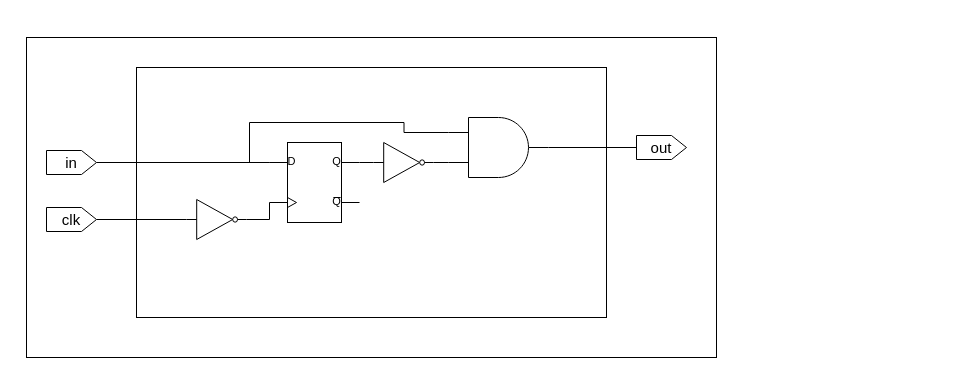
Before: page "RisingEdgeDetector" (10 of 10) of Uart.drawio in FlavioRenzi/UART_Project, a draw.io diagram. Source tidied: cells renumbered, new cells numbered last; positions are measured from the earlier drawing's top-left corner, leaving out a move shared by most shapes. Both pictures are drawn from the tidied source at 100%, with x=0, y=0 at pixel (26, 37).
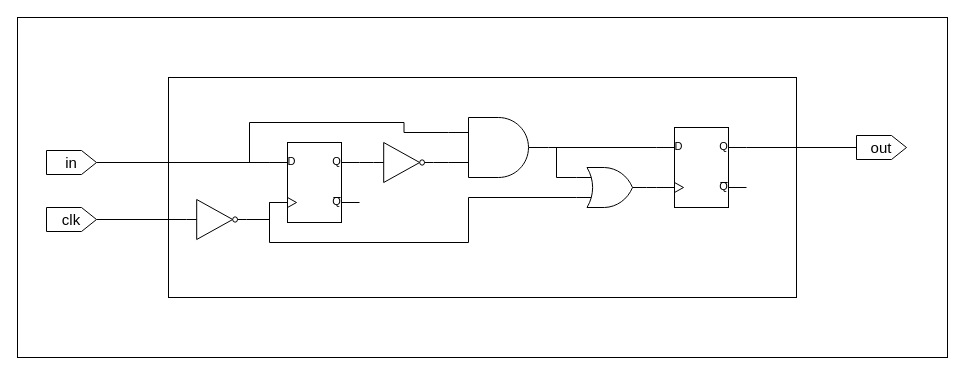
The same page after the edit.

Unchanged cells that the change refers to:
```xml
<mxCell id="3" style="verticalLabelPosition=bottom;shadow=0;dashed=0;align=center;html=1;verticalAlign=top;shape=mxgraph.electrical.logic_gates.d_type_flip-flop;fillColor=#ffffff;fontSize=17;" parent="1" vertex="1">
  <mxGeometry x="243" y="105" width="90" height="80" as="geometry" />
</mxCell>
<mxCell id="8" style="verticalLabelPosition=bottom;shadow=0;dashed=0;align=center;html=1;verticalAlign=top;shape=mxgraph.electrical.logic_gates.logic_gate;operation=and;fillColor=#ffffff;fontSize=17;" parent="1" vertex="1">
  <mxGeometry x="422" y="80" width="100" height="60" as="geometry" />
</mxCell>
```

What changed in the source:
```diff
@@
-    <mxCell id="7" style="edgeStyle=orthogonalEdgeStyle;rounded=0;jettySize=auto;html=1;exitX=1;exitY=0.5;exitDx=0;exitDy=0;exitPerimeter=0;entryX=0.5;entryY=0;entryDx=0;entryDy=0;fontSize=14;endArrow=none;endFill=0;" parent="1" edge="1" source="8" target="14">
-      <mxGeometry relative="1" as="geometry" />
-    </mxCell>
+    <mxCell id="18" style="edgeStyle=orthogonalEdgeStyle;rounded=0;jettySize=auto;html=1;exitX=1;exitY=0.5;exitDx=0;exitDy=0;exitPerimeter=0;entryX=0;entryY=0.25;entryDx=0;entryDy=0;entryPerimeter=0;endArrow=none;endFill=0;" parent="1" edge="1" source="8" target="21">
+      <mxGeometry relative="1" as="geometry" />
+    </mxCell>
@@
     <mxCell id="14" value="out" style="shape=offPageConnector;whiteSpace=wrap;html=1;rotation=0;size=0.3;direction=north;fontSize=15;" parent="1" vertex="1">
-      <mxGeometry x="610" y="98" width="50" height="24" as="geometry" />
+      <mxGeometry x="830" y="98" width="50" height="24" as="geometry" />
     </mxCell>
@@
     <mxCell id="16" style="rounded=0;whiteSpace=wrap;html=1;fontSize=14;fillColor=none;" parent="1" vertex="1">
-      <mxGeometry x="110" y="30" width="470" height="250" as="geometry" />
+      <mxGeometry x="142" y="40" width="628" height="220" as="geometry" />
     </mxCell>
     <mxCell id="17" style="rounded=0;whiteSpace=wrap;html=1;fontSize=14;fillColor=none;" parent="1" vertex="1">
-      <mxGeometry width="690" height="320" as="geometry" />
+      <mxGeometry x="-9" y="-20" width="930" height="340" as="geometry" />
     </mxCell>
+    <mxCell id="19" style="edgeStyle=orthogonalEdgeStyle;rounded=0;jettySize=auto;html=1;exitX=0;exitY=0.75;exitDx=0;exitDy=0;exitPerimeter=0;entryX=1;entryY=0.5;entryDx=0;entryDy=0;entryPerimeter=0;endArrow=none;endFill=0;" parent="1" edge="1" source="21" target="24">
+      <mxGeometry relative="1" as="geometry" />
+    </mxCell>
+    <mxCell id="20" style="edgeStyle=orthogonalEdgeStyle;rounded=0;jettySize=auto;html=1;exitX=1;exitY=0.25;exitDx=0;exitDy=0;exitPerimeter=0;entryX=0.5;entryY=0;entryDx=0;entryDy=0;endArrow=none;endFill=0;" parent="1" edge="1" source="21" target="14">
+      <mxGeometry relative="1" as="geometry" />
+    </mxCell>
+    <mxCell id="21" style="verticalLabelPosition=bottom;shadow=0;dashed=0;align=center;html=1;verticalAlign=top;shape=mxgraph.electrical.logic_gates.d_type_flip-flop;fillColor=#ffffff;fontSize=17;" parent="1" vertex="1">
+      <mxGeometry x="630" y="90" width="90" height="80" as="geometry" />
+    </mxCell>
+    <mxCell id="22" style="edgeStyle=orthogonalEdgeStyle;rounded=0;jettySize=auto;html=1;exitX=0;exitY=0.25;exitDx=0;exitDy=0;exitPerimeter=0;endArrow=none;endFill=0;" parent="1" edge="1" source="24">
+      <mxGeometry relative="1" as="geometry">
+        <mxPoint x="530" y="110" as="targetPoint" />
+      </mxGeometry>
+    </mxCell>
+    <mxCell id="23" style="edgeStyle=orthogonalEdgeStyle;rounded=0;jettySize=auto;html=1;exitX=0;exitY=0.75;exitDx=0;exitDy=0;exitPerimeter=0;entryX=0;entryY=0.75;entryDx=0;entryDy=0;entryPerimeter=0;endArrow=none;endFill=0;" parent="1" edge="1" source="24" target="3">
+      <mxGeometry relative="1" as="geometry">
+        <Array as="points">
+          <mxPoint x="442" y="160" />
+          <mxPoint x="442" y="205" />
+          <mxPoint x="243" y="205" />
+        </Array>
+      </mxGeometry>
+    </mxCell>
+    <mxCell id="24" style="verticalLabelPosition=bottom;shadow=0;dashed=0;align=center;html=1;verticalAlign=top;shape=mxgraph.electrical.logic_gates.logic_gate;operation=or;" parent="1" vertex="1">
+      <mxGeometry x="550" y="130" width="70" height="40" as="geometry" />
+    </mxCell>
```
